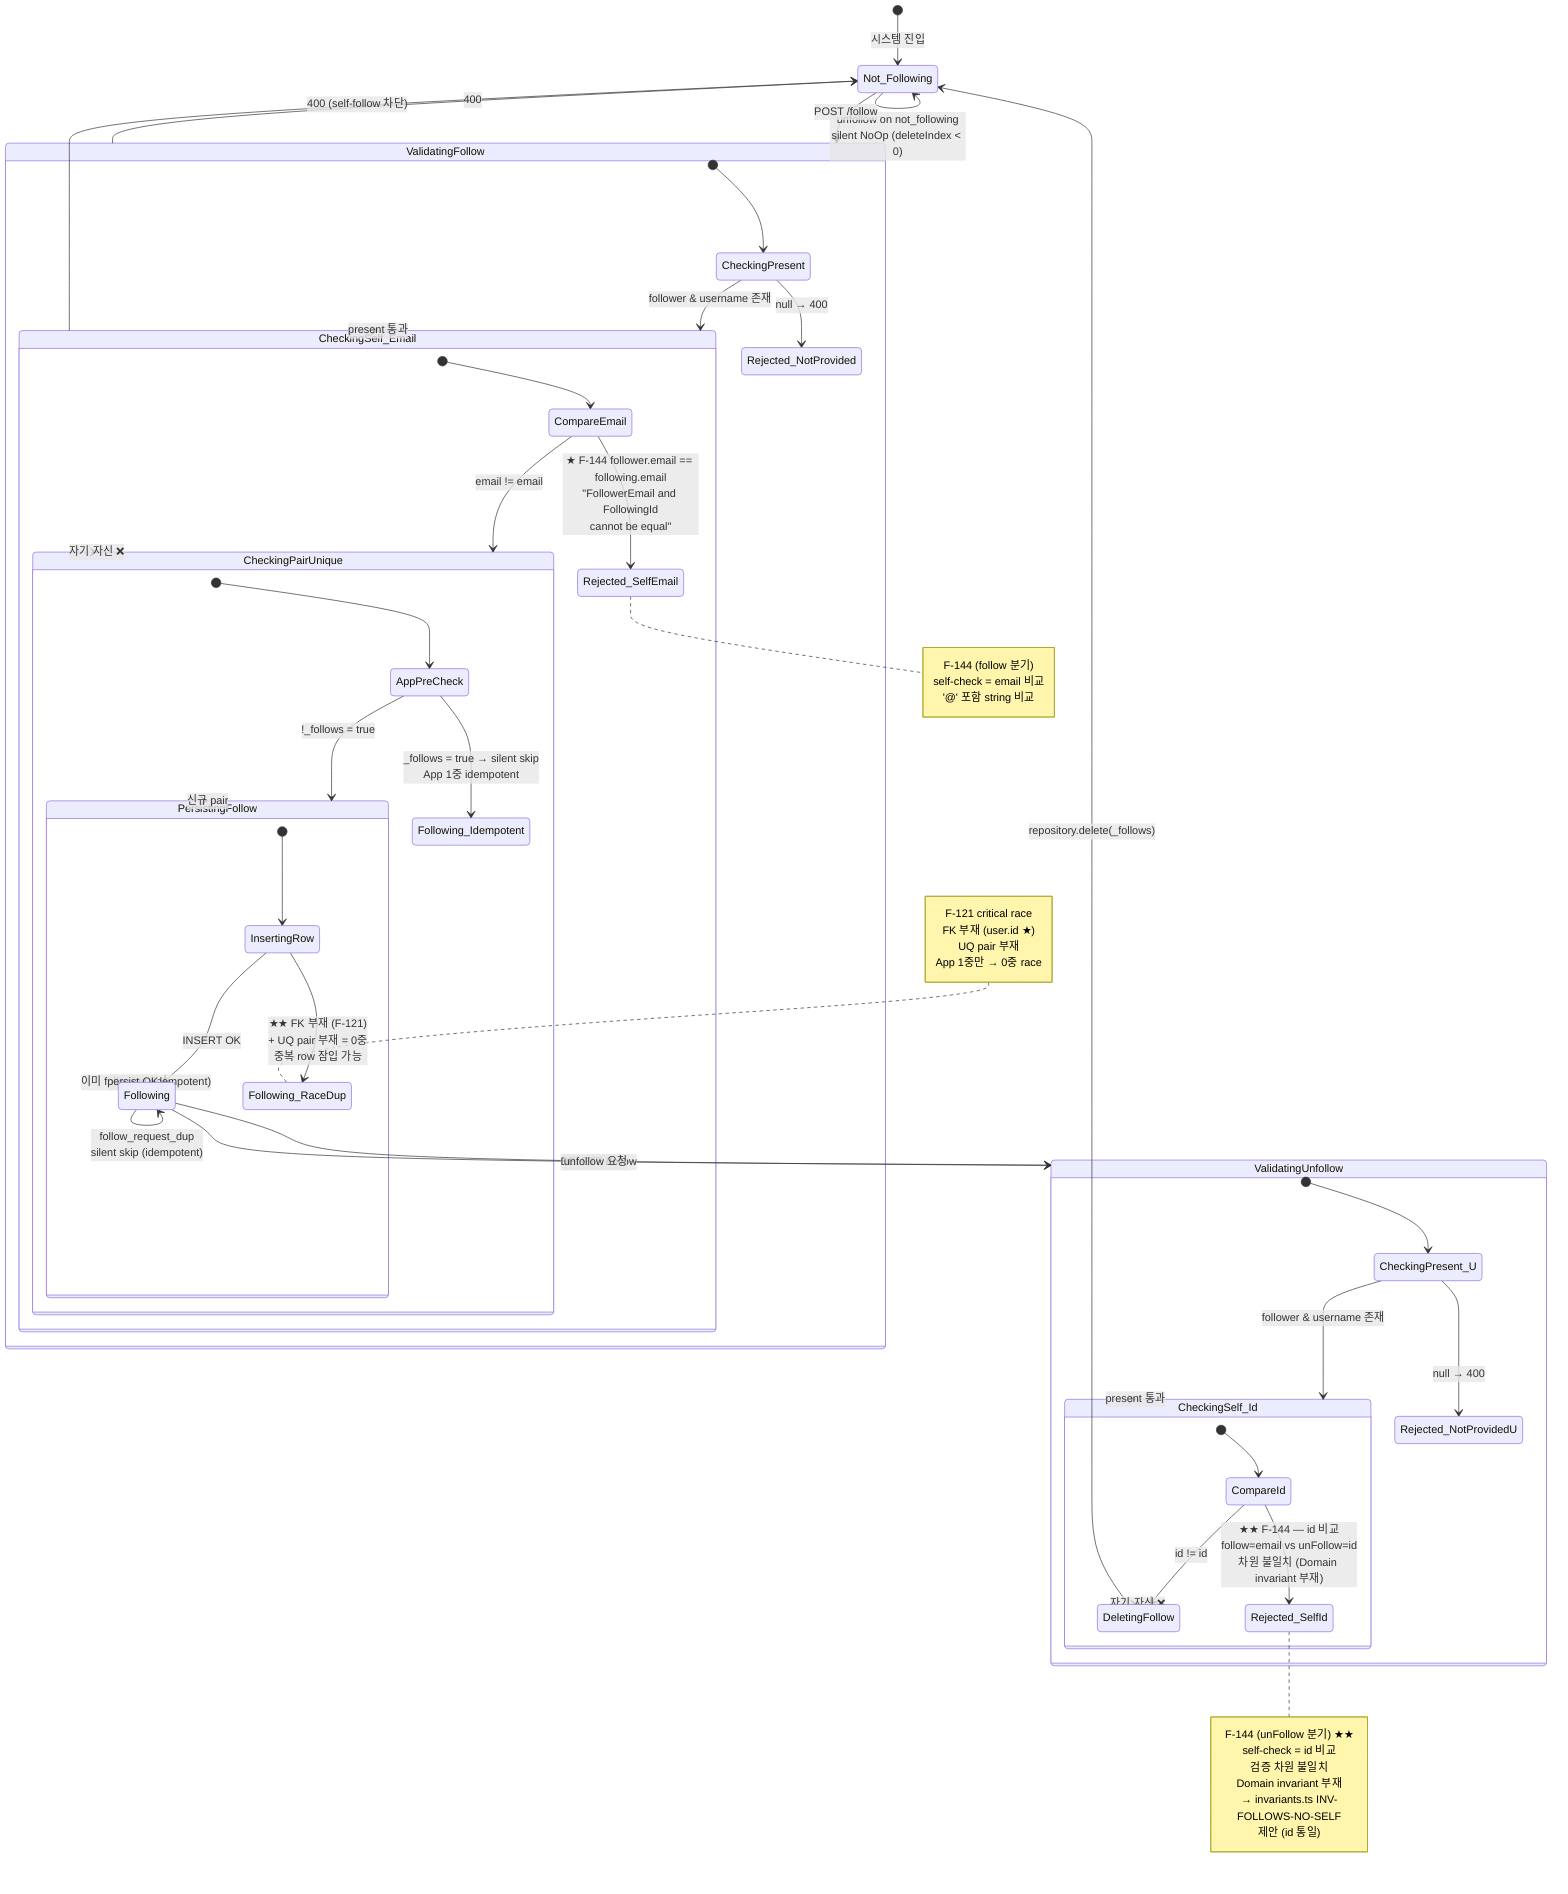
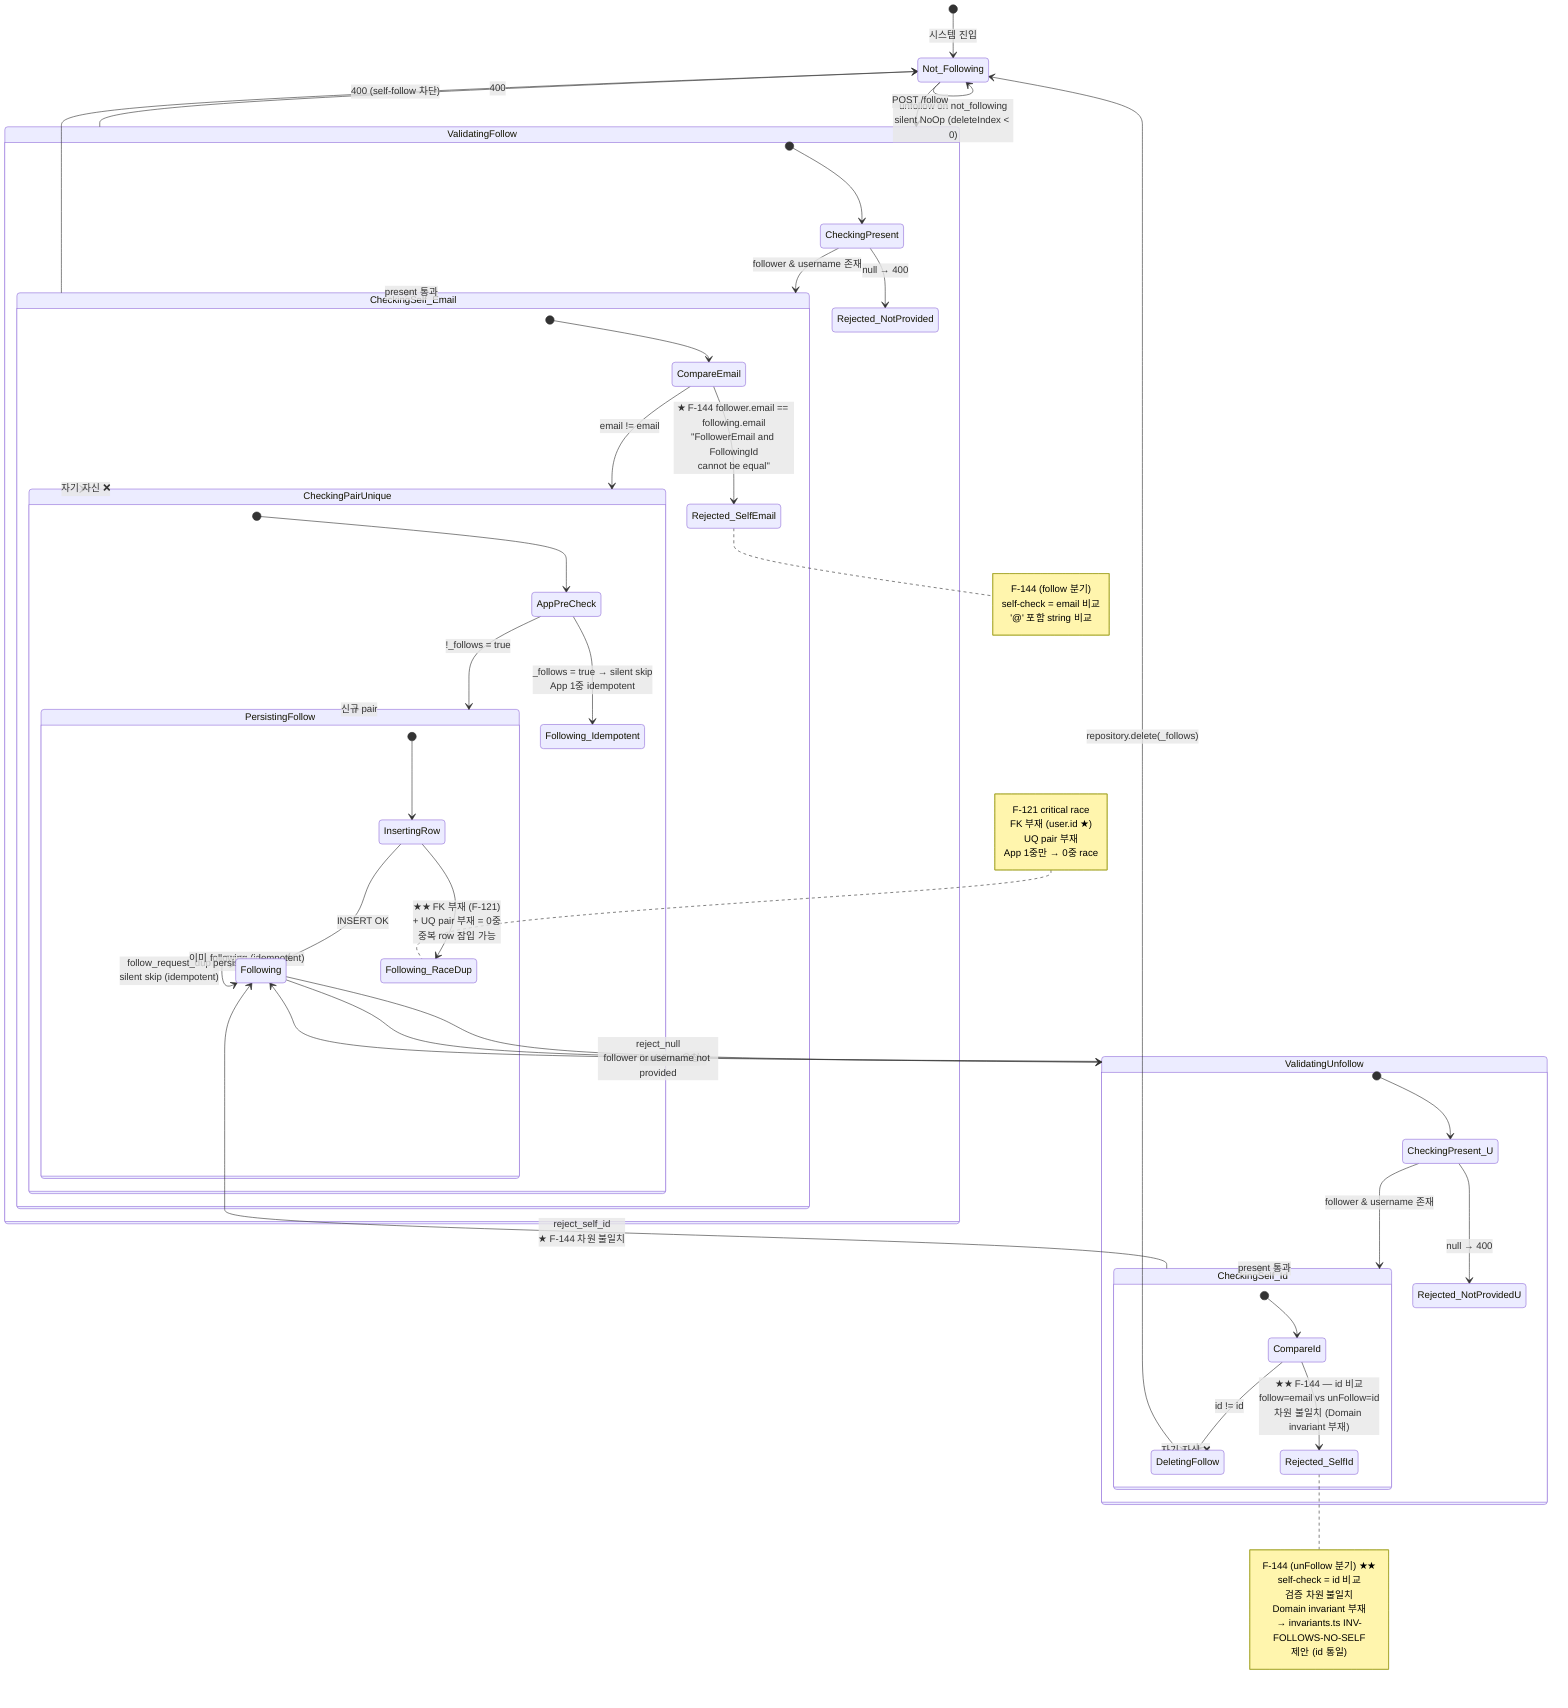
%% PoC #03 — Follows Aggregate (약한) 생애주기 FSM (Phase 4.5)
%% 일자: 2026-04-30
%% Source of Truth: 코드 (src/profile/profile.service.ts + follows.entity.ts)
%% Direction: B (코드 → L1)
%% 관련 BR: BR-FOLLOWS-NO-SELF-001 / BR-FOLLOWS-PAIR-UNIQUE-001 / BR-FOLLOWS-FOLLOWER-OR-USERNAME-PRESENT-001
%% PoC #02 (User-Following.mermaid) cross-validation: ★ self-check 차원 불일치 + DB FK/UQ pair 부재로 race-prone 격상

stateDiagram-v2
    [*] --> Not_Following: 시스템 진입

    Not_Following --> ValidatingFollow: POST /follow

    state ValidatingFollow {
        [*] --> CheckingPresent
        CheckingPresent --> CheckingSelf_Email: follower & username 존재
        CheckingPresent --> Rejected_NotProvided: null → 400
    }

    state CheckingSelf_Email {
        [*] --> CompareEmail
        CompareEmail --> CheckingPairUnique: email != email
        CompareEmail --> Rejected_SelfEmail: ★ F-144 follower.email == following.email<br/>"FollowerEmail and FollowingId<br/>cannot be equal"
    }

    state CheckingPairUnique {
        [*] --> AppPreCheck
        AppPreCheck --> PersistingFollow: !_follows = true
        AppPreCheck --> Following_Idempotent: _follows = true → silent skip<br/>App 1중 idempotent
    }

    state PersistingFollow {
        [*] --> InsertingRow
        InsertingRow --> Following: INSERT OK
        InsertingRow --> Following_RaceDup: ★★ FK 부재 (F-121)<br/>+ UQ pair 부재 = 0중<br/>중복 row 잠입 가능
    }

    ValidatingFollow --> CheckingSelf_Email: present 통과
    CheckingSelf_Email --> CheckingPairUnique: 자기 자신 ❌
    CheckingPairUnique --> PersistingFollow: 신규 pair
    CheckingPairUnique --> Following: 이미 following (idempotent)
    PersistingFollow --> Following: persist OK

    ValidatingFollow --> Not_Following: 400
    CheckingSelf_Email --> Not_Following: 400 (self-follow 차단)

    Following --> Following: follow_request_dup<br/>silent skip (idempotent)
    Following --> ValidatingUnfollow: DELETE /follow

    state ValidatingUnfollow {
        [*] --> CheckingPresent_U
        CheckingPresent_U --> CheckingSelf_Id: follower & username 존재
        CheckingPresent_U --> Rejected_NotProvidedU: null → 400
    }

    state CheckingSelf_Id {
        [*] --> CompareId
        CompareId --> DeletingFollow: id != id
        CompareId --> Rejected_SelfId: ★★ F-144 — id 비교<br/>follow=email vs unFollow=id<br/>차원 불일치 (Domain invariant 부재)
    }

    Following --> ValidatingUnfollow: unfollow 요청
    ValidatingUnfollow --> CheckingSelf_Id: present 통과
+     ValidatingUnfollow --> Following: reject_null<br/>follower or username not provided
    CheckingSelf_Id --> DeletingFollow: 자기 자신 ❌
+     CheckingSelf_Id --> Following: reject_self_id<br/>★ F-144 차원 불일치

    DeletingFollow --> Not_Following: repository.delete(_follows)

    Not_Following --> Not_Following: unfollow on not_following<br/>silent NoOp (deleteIndex < 0)

    note right of Rejected_SelfEmail
        F-144 (follow 분기)
        self-check = email 비교
        '@' 포함 string 비교
    end note

    note right of Rejected_SelfId
        F-144 (unFollow 분기) ★★
        self-check = id 비교
        검증 차원 불일치
        Domain invariant 부재
        → invariants.ts INV-FOLLOWS-NO-SELF
        제안 (id 통일)
    end note

    note left of Following_RaceDup
        F-121 critical race
        FK 부재 (user.id ★)
        UQ pair 부재
        App 1중만 → 0중 race
    end note
